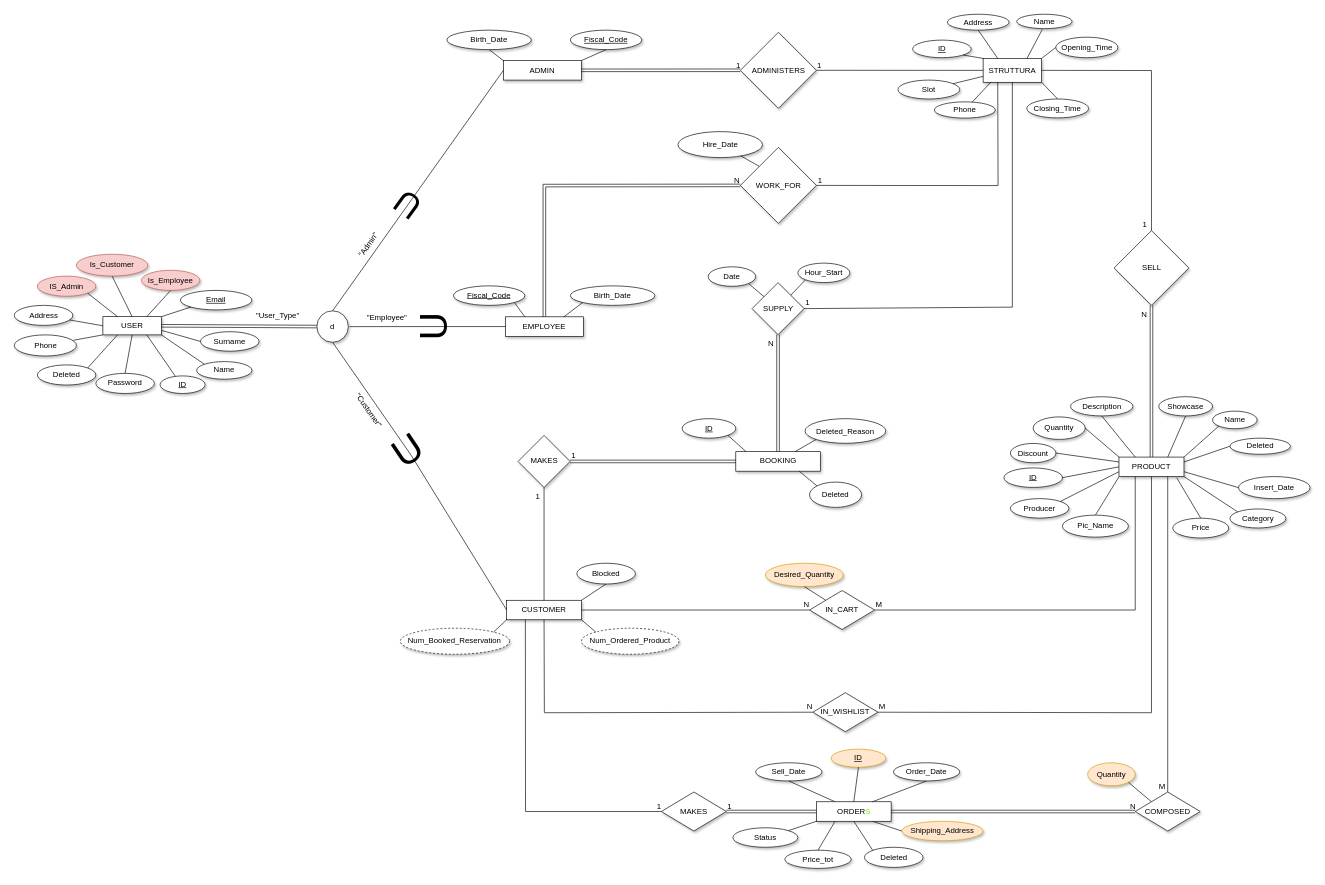
The draw.io diagram db/NEW_EER.drawio in lilpilgit/Barber, before the edit. Source tidied: cells renumbered, new cells numbered last; positions are measured from the earlier drawing's top-left corner, leaving out a move shared by most shapes. Both pictures are drawn from the tidied source at 65%, with x=0, y=0 at pixel (14, 14).
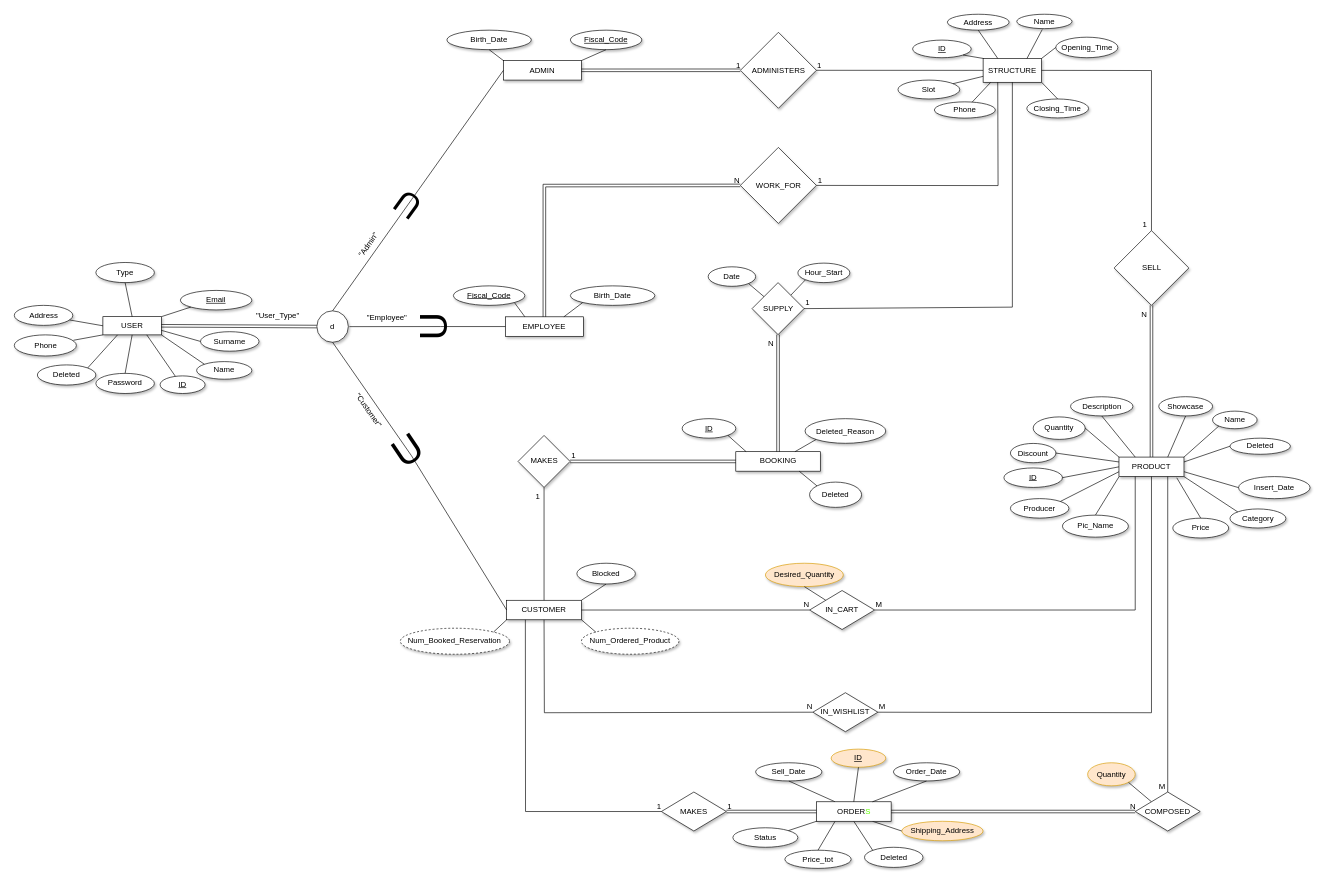
The same page after the edit.

Unchanged cells that the change refers to:
```xml
<mxCell id="37" value="WORK_FOR" style="rhombus;whiteSpace=wrap;html=1;shadow=1;" parent="1" vertex="1">
  <mxGeometry x="1117.5" y="205.3" width="117" height="116.9" as="geometry" />
</mxCell>
<mxCell id="50" value="USER" style="rounded=0;whiteSpace=wrap;html=1;shadow=1;" parent="1" vertex="1">
  <mxGeometry x="136.8" y="465.7" width="90" height="28" as="geometry" />
</mxCell>
```

The edit, as a diff of the source:
```diff
@@
-    <mxCell id="19" value="Hire_Date" style="ellipse;whiteSpace=wrap;html=1;shadow=1;" parent="1" vertex="1">
-      <mxGeometry x="1021.5" y="181" width="130" height="40" as="geometry" />
-    </mxCell>
-    <mxCell id="20" style="endArrow=none;html=1;exitX=0;exitY=0;exitDx=0;exitDy=0;shadow=0;" parent="1" edge="1" source="37" target="19">
-      <mxGeometry relative="1" as="geometry" />
-    </mxCell>
@@
-    <mxCell id="26" value="STRUTTURA" style="rounded=0;whiteSpace=wrap;html=1;shadow=1;" parent="1" vertex="1">
+    <mxCell id="26" value="STRUCTURE" style="rounded=0;whiteSpace=wrap;html=1;shadow=1;" parent="1" vertex="1">
       <mxGeometry x="1491" y="68.4" width="90" height="36.7" as="geometry" />
     </mxCell>
@@
-    <mxCell id="115" value="IS_Admin" style="ellipse;whiteSpace=wrap;html=1;shadow=1;fillColor=#f8cecc;strokeColor=#b85450;" parent="1" vertex="1">
-      <mxGeometry x="36" y="403.3" width="90" height="31" as="geometry" />
-    </mxCell>
-    <mxCell id="116" value="Is_Employee" style="ellipse;whiteSpace=wrap;html=1;shadow=1;fillColor=#f8cecc;strokeColor=#b85450;" parent="1" vertex="1">
-      <mxGeometry x="196" y="394.3" width="90" height="31" as="geometry" />
-    </mxCell>
-    <mxCell id="117" value="Is_Customer" style="ellipse;whiteSpace=wrap;html=1;shadow=1;fillColor=#f8cecc;strokeColor=#b85450;" parent="1" vertex="1">
-      <mxGeometry x="96" y="369.6" width="110" height="33.7" as="geometry" />
-    </mxCell>
@@
-    <mxCell id="122" style="endArrow=none;html=1;entryX=0.5;entryY=1;entryDx=0;entryDy=0;exitX=0.5;exitY=0;exitDx=0;exitDy=0;" parent="1" edge="1" source="50" target="117">
-      <mxGeometry relative="1" as="geometry" />
-    </mxCell>
-    <mxCell id="123" style="endArrow=none;html=1;entryX=0.5;entryY=1;entryDx=0;entryDy=0;exitX=0.75;exitY=0;exitDx=0;exitDy=0;" parent="1" edge="1" source="50" target="116">
-      <mxGeometry relative="1" as="geometry" />
-    </mxCell>
-    <mxCell id="124" style="endArrow=none;html=1;entryX=1;entryY=1;entryDx=0;entryDy=0;exitX=0.25;exitY=0;exitDx=0;exitDy=0;" parent="1" edge="1" source="50" target="115">
-      <mxGeometry relative="1" as="geometry" />
-    </mxCell>
@@
+    <mxCell id="174" value="Type" style="ellipse;whiteSpace=wrap;html=1;shadow=1;" parent="1" vertex="1">
+      <mxGeometry x="126" y="382.3" width="90" height="31" as="geometry" />
+    </mxCell>
+    <mxCell id="175" style="endArrow=none;html=1;exitX=0.5;exitY=0;exitDx=0;exitDy=0;entryX=0.5;entryY=1;entryDx=0;entryDy=0;" parent="1" edge="1" source="50" target="174">
+      <mxGeometry relative="1" as="geometry" />
+    </mxCell>
```
